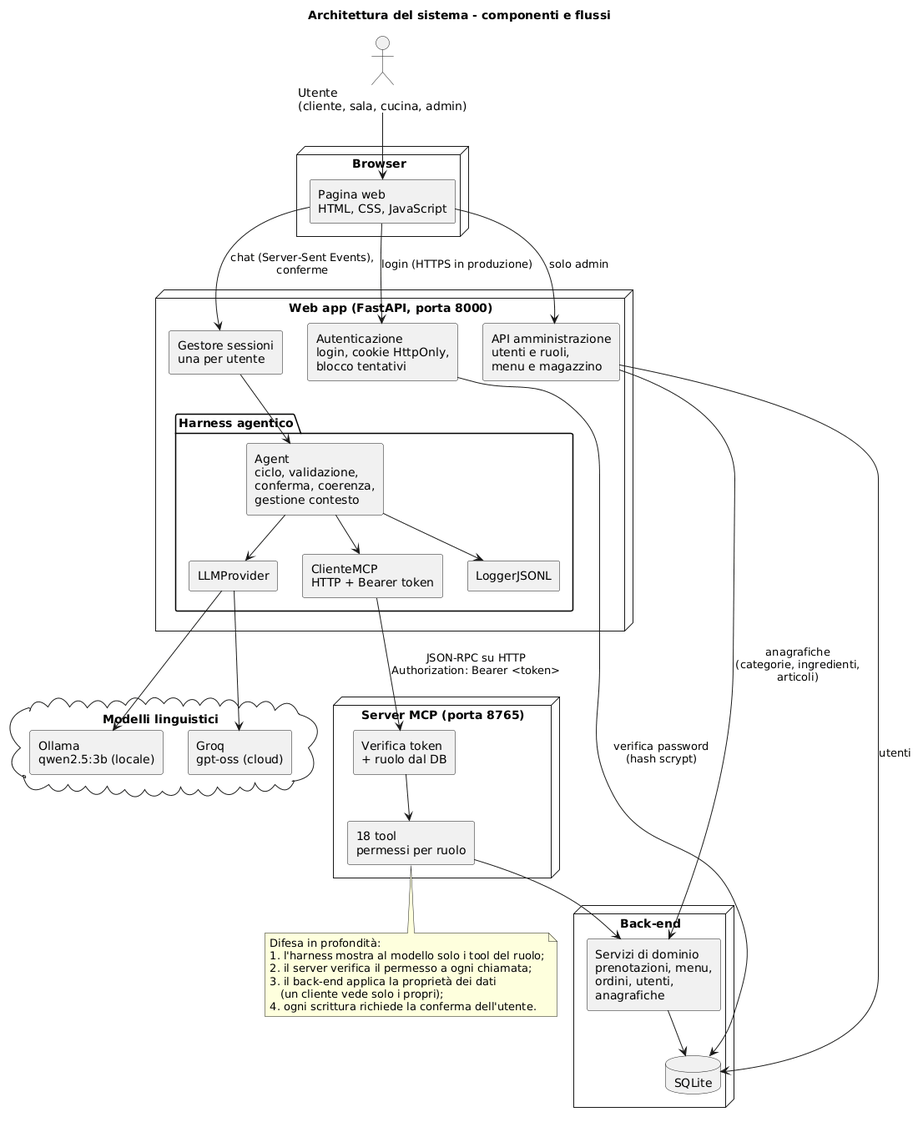
Earlier version of the PlantUML export docs/diagrammi/architettura.png (Gabrymarg/Gabrymarg-AI-MCP).
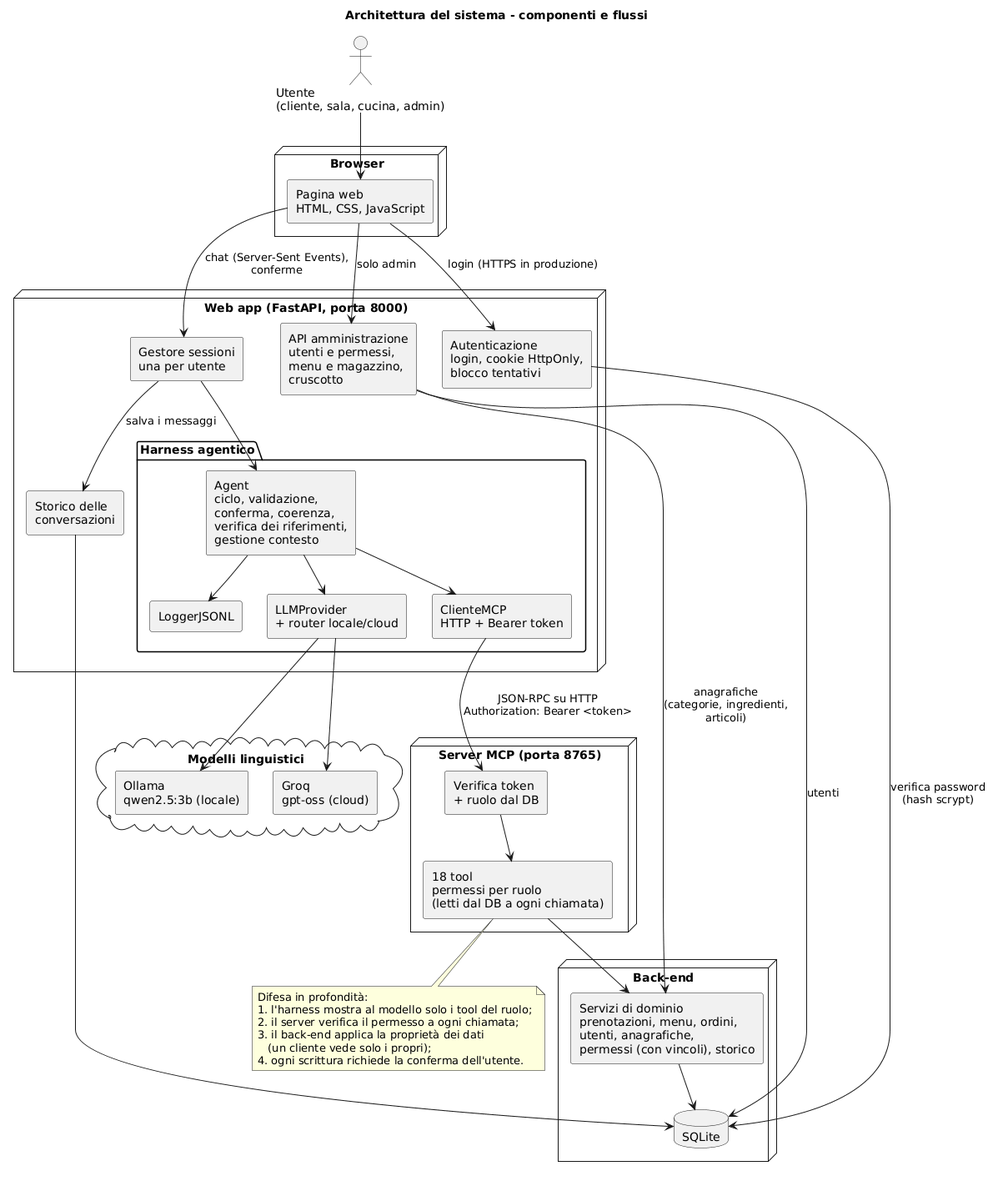
Later version of the same file.

Commit message:
Diagrammi aggiornati al codice definitivo: casi d'uso, architettura, classi del server

What changed in the source:
```diff
@@ -14,10 +14,11 @@
 node "Web app (FastAPI, porta 8000)" {
   [Autenticazione\nlogin, cookie HttpOnly,\nblocco tentativi] as AUTH
   [Gestore sessioni\nuna per utente] as SES
-  [API amministrazione\nutenti e ruoli,\nmenu e magazzino] as ADM
+  [API amministrazione\nutenti e permessi,\nmenu e magazzino,\ncruscotto] as ADM
+  [Storico delle\nconversazioni] as STO
   package "Harness agentico" {
-    [Agent\nciclo, validazione,\nconferma, coerenza,\ngestione contesto] as AG
-    [LLMProvider] as PROV
+    [Agent\nciclo, validazione,\nconferma, coerenza,\nverifica dei riferimenti,\ngestione contesto] as AG
+    [LLMProvider\n+ router locale/cloud] as PROV
     [ClienteMCP\nHTTP + Bearer token] as CLI
     [LoggerJSONL] as LOG
   }
@@ -25,11 +26,11 @@
 
 node "Server MCP (porta 8765)" {
   [Verifica token\n+ ruolo dal DB] as VER
-  [18 tool\npermessi per ruolo] as TOOLS
+  [18 tool\npermessi per ruolo\n(letti dal DB a ogni chiamata)] as TOOLS
 }
 
 node "Back-end" {
-  [Servizi di dominio\nprenotazioni, menu,\nordini, utenti,\nanagrafiche] as SRV
+  [Servizi di dominio\nprenotazioni, menu, ordini,\nutenti, anagrafiche,\npermessi (con vincoli), storico] as SRV
   database "SQLite" as DB
 }
 
@@ -43,6 +44,8 @@
 FE --> SES : chat (Server-Sent Events),\nconferme
 FE --> ADM : solo admin
 SES --> AG
+SES --> STO : salva i messaggi
+STO --> DB
 AG --> PROV
 PROV --> OLL
 PROV --> GROQ
```
